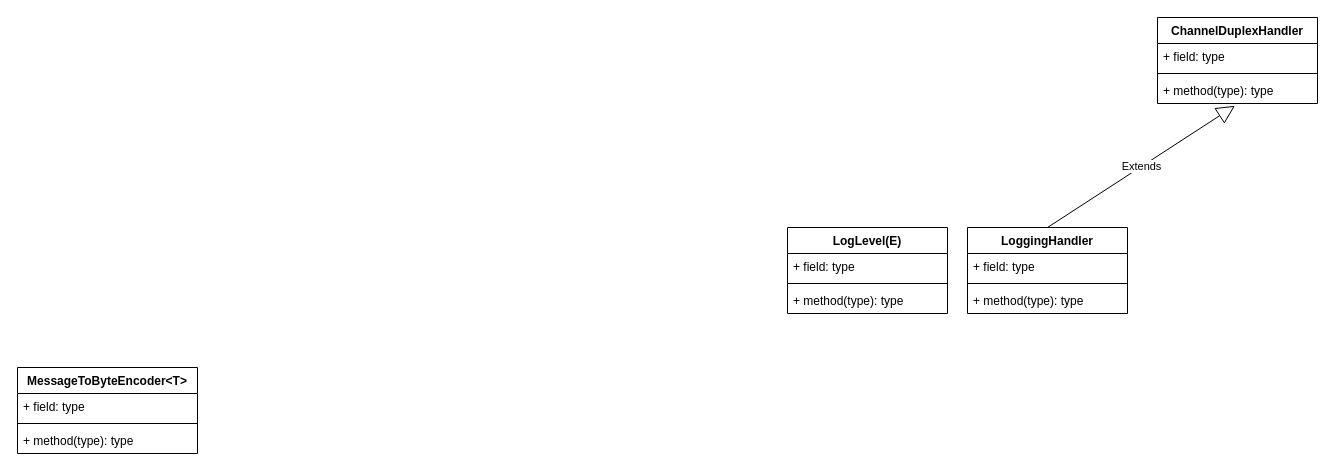
tadsimons/draw keeps this draw.io diagram as page "handler" (6 of 11) of netty.drawio. Above is the earlier version. Source tidied: cells renumbered, new cells numbered last; positions are measured from the earlier drawing's top-left corner, leaving out a move shared by most shapes. Both pictures are drawn from the tidied source at 100%, with x=0, y=0 at pixel (17, 17).
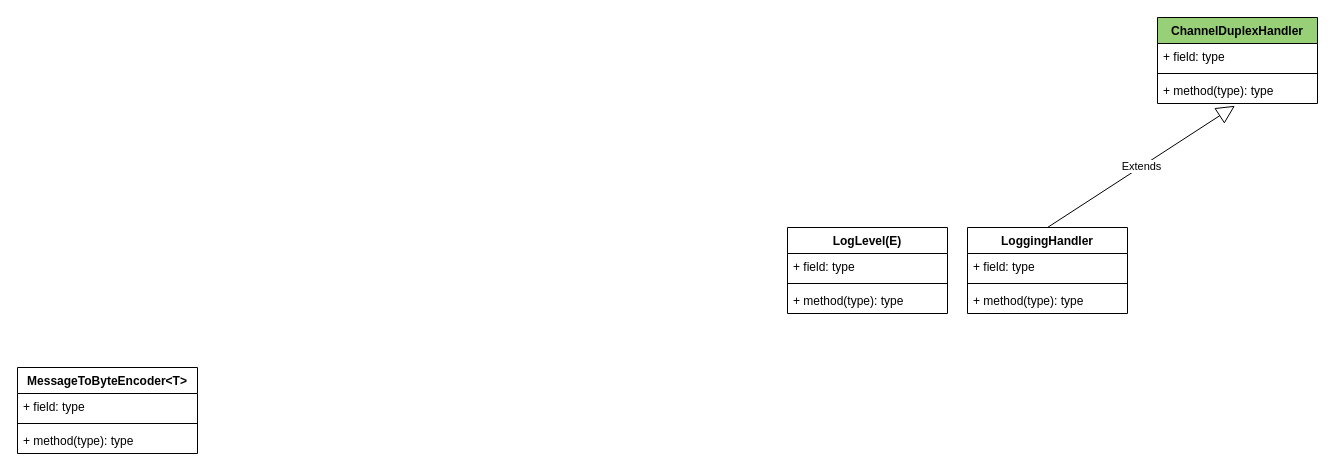
The same diagram, later.

What changed in the source:
```diff
@@
 <mxGraphModel>
   <root>
     <mxCell id="0" />
     <mxCell id="1" parent="0" />
     <mxCell id="2" value="MessageToByteEncoder&lt;T&gt;" style="swimlane;fontStyle=1;align=center;verticalAlign=top;horizontal=1;startSize=26;fillColor=#FFFFFF;" parent="1" vertex="1">
       <mxGeometry y="350" width="180" height="86" as="geometry" />
     </mxCell>
     <mxCell id="3" value="+ field: type" style="text;strokeColor=none;fillColor=none;align=left;verticalAlign=top;spacingLeft=4;spacingRight=4;overflow=hidden;" parent="2" vertex="1">
       <mxGeometry y="26" width="180" height="26" as="geometry" />
     </mxCell>
     <mxCell id="4" style="line;strokeWidth=1;fillColor=none;align=left;verticalAlign=middle;spacingTop=-1;spacingLeft=3;spacingRight=3;labelPosition=right;" parent="2" vertex="1">
       <mxGeometry y="52" width="180" height="8" as="geometry" />
     </mxCell>
     <mxCell id="5" value="+ method(type): type" style="text;strokeColor=none;fillColor=none;align=left;verticalAlign=top;spacingLeft=4;spacingRight=4;overflow=hidden;" parent="2" vertex="1">
       <mxGeometry y="60" width="180" height="26" as="geometry" />
     </mxCell>
-    <mxCell id="6" value="ChannelDuplexHandler" style="swimlane;fontStyle=1;align=center;verticalAlign=top;horizontal=1;startSize=26;fillColor=#FFFFFF;" parent="1" vertex="1">
+    <mxCell id="6" value="ChannelDuplexHandler" style="swimlane;fontStyle=1;align=center;verticalAlign=top;horizontal=1;startSize=26;fillColor=#97D077;" parent="1" vertex="1">
       <mxGeometry x="1140" width="160" height="86" as="geometry" />
     </mxCell>
     <mxCell id="7" value="+ field: type" style="text;strokeColor=none;fillColor=none;align=left;verticalAlign=top;spacingLeft=4;spacingRight=4;overflow=hidden;" parent="6" vertex="1">
       <mxGeometry y="26" width="160" height="26" as="geometry" />
     </mxCell>
     <mxCell id="8" style="line;strokeWidth=1;fillColor=none;align=left;verticalAlign=middle;spacingTop=-1;spacingLeft=3;spacingRight=3;labelPosition=right;" parent="6" vertex="1">
       <mxGeometry y="52" width="160" height="8" as="geometry" />
     </mxCell>
     <mxCell id="9" value="+ method(type): type" style="text;strokeColor=none;fillColor=none;align=left;verticalAlign=top;spacingLeft=4;spacingRight=4;overflow=hidden;points=[[0,0.5],[1,0.5]];portConstraint=eastwest;" parent="6" vertex="1">
       <mxGeometry y="60" width="160" height="26" as="geometry" />
     </mxCell>
     <mxCell id="10" value="LoggingHandler" style="swimlane;fontStyle=1;align=center;verticalAlign=top;horizontal=1;startSize=26;fillColor=#FFFFFF;" parent="1" vertex="1">
       <mxGeometry x="950" y="210" width="160" height="86" as="geometry" />
     </mxCell>
     <mxCell id="11" value="Extends" style="endArrow=block;endSize=16;endFill=0;html=1;entryX=0.484;entryY=1.088;entryDx=0;entryDy=0;entryPerimeter=0;" parent="10" edge="1" target="9">
       <mxGeometry relative="1" as="geometry">
         <mxPoint x="80" as="sourcePoint" />
       </mxGeometry>
     </mxCell>
     <mxCell id="12" value="+ field: type" style="text;strokeColor=none;fillColor=none;align=left;verticalAlign=top;spacingLeft=4;spacingRight=4;overflow=hidden;" parent="10" vertex="1">
       <mxGeometry y="26" width="160" height="26" as="geometry" />
     </mxCell>
     <mxCell id="13" style="line;strokeWidth=1;fillColor=none;align=left;verticalAlign=middle;spacingTop=-1;spacingLeft=3;spacingRight=3;labelPosition=right;" parent="10" vertex="1">
       <mxGeometry y="52" width="160" height="8" as="geometry" />
     </mxCell>
     <mxCell id="14" value="+ method(type): type" style="text;strokeColor=none;fillColor=none;align=left;verticalAlign=top;spacingLeft=4;spacingRight=4;overflow=hidden;" parent="10" vertex="1">
       <mxGeometry y="60" width="160" height="26" as="geometry" />
     </mxCell>
     <mxCell id="15" value="LogLevel(E)" style="swimlane;fontStyle=1;align=center;verticalAlign=top;horizontal=1;startSize=26;fillColor=#FFFFFF;" parent="1" vertex="1">
       <mxGeometry x="770" y="210" width="160" height="86" as="geometry" />
     </mxCell>
     <mxCell id="16" value="+ field: type" style="text;strokeColor=none;fillColor=none;align=left;verticalAlign=top;spacingLeft=4;spacingRight=4;overflow=hidden;" parent="15" vertex="1">
       <mxGeometry y="26" width="160" height="26" as="geometry" />
     </mxCell>
     <mxCell id="17" style="line;strokeWidth=1;fillColor=none;align=left;verticalAlign=middle;spacingTop=-1;spacingLeft=3;spacingRight=3;labelPosition=right;" parent="15" vertex="1">
       <mxGeometry y="52" width="160" height="8" as="geometry" />
     </mxCell>
     <mxCell id="18" value="+ method(type): type" style="text;strokeColor=none;fillColor=none;align=left;verticalAlign=top;spacingLeft=4;spacingRight=4;overflow=hidden;" parent="15" vertex="1">
       <mxGeometry y="60" width="160" height="26" as="geometry" />
     </mxCell>
   </root>
 </mxGraphModel>
```
